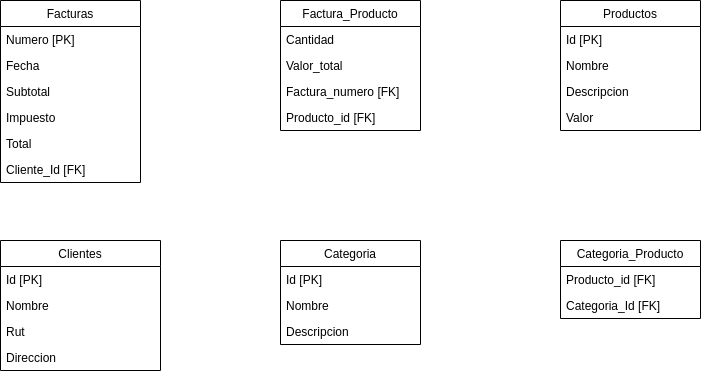
Above: diagramaLogico1.png in cratulas/Prueba_bases_de_datos (draw.io), before the change. Source tidied: cells renumbered, new cells last; positions are measured from the earlier drawing's top-left corner, leaving out a move shared by most shapes.
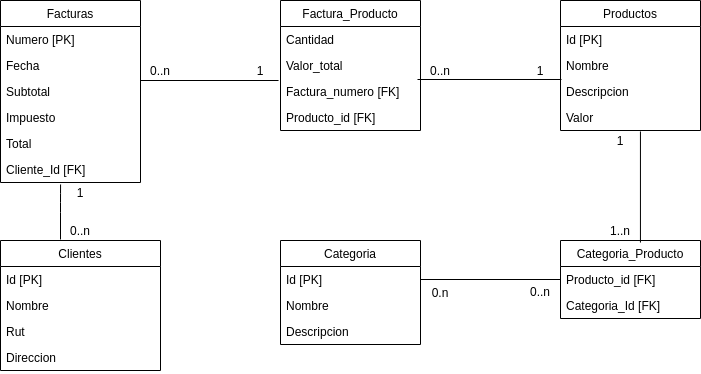
The same file after the commit.

The edit, as a diff of the source:
```diff
@@ -89,5 +89,58 @@
     <mxCell id="30" value="Descripcion" style="text;strokeColor=none;fillColor=none;align=left;verticalAlign=top;spacingLeft=4;spacingRight=4;overflow=hidden;" parent="27" vertex="1">
       <mxGeometry y="78" width="140" height="26" as="geometry" />
     </mxCell>
+    <mxCell id="31" style="endArrow=none;html=1;entryX=0.429;entryY=1.077;entryDx=0;entryDy=0;entryPerimeter=0;exitX=0.375;exitY=-0.008;exitDx=0;exitDy=0;exitPerimeter=0;" parent="1" edge="1" source="2" target="18">
+      <mxGeometry relative="1" as="geometry">
+        <Array as="points">
+          <mxPoint x="60" y="202" />
+        </Array>
+      </mxGeometry>
+    </mxCell>
+    <mxCell id="32" style="endArrow=none;html=1;entryX=0;entryY=0.5;entryDx=0;entryDy=0;exitX=1;exitY=0.5;exitDx=0;exitDy=0;" parent="1" edge="1" source="28" target="25">
+      <mxGeometry relative="1" as="geometry" />
+    </mxCell>
+    <mxCell id="33" style="endArrow=none;html=1;entryX=0.571;entryY=1.038;entryDx=0;entryDy=0;entryPerimeter=0;exitX=0.571;exitY=0.026;exitDx=0;exitDy=0;exitPerimeter=0;" parent="1" edge="1" source="24" target="23">
+      <mxGeometry relative="1" as="geometry" />
+    </mxCell>
+    <mxCell id="34" style="endArrow=none;html=1;entryX=0.007;entryY=0.038;entryDx=0;entryDy=0;entryPerimeter=0;" parent="1" edge="1" target="22">
+      <mxGeometry relative="1" as="geometry">
+        <mxPoint x="417" y="79" as="sourcePoint" />
+      </mxGeometry>
+    </mxCell>
+    <mxCell id="35" style="endArrow=none;html=1;entryX=-0.014;entryY=0.077;entryDx=0;entryDy=0;entryPerimeter=0;" parent="1" edge="1" target="10">
+      <mxGeometry relative="1" as="geometry">
+        <mxPoint x="140" y="80" as="sourcePoint" />
+      </mxGeometry>
+    </mxCell>
+    <mxCell id="36" value="0..n" style="text;html=1;strokeColor=none;fillColor=none;align=center;verticalAlign=middle;whiteSpace=wrap;rounded=0;" parent="1" vertex="1">
+      <mxGeometry x="140" y="60" width="40" height="20" as="geometry" />
+    </mxCell>
+    <mxCell id="37" value="1" style="text;html=1;strokeColor=none;fillColor=none;align=center;verticalAlign=middle;whiteSpace=wrap;rounded=0;" parent="1" vertex="1">
+      <mxGeometry x="240" y="60" width="40" height="20" as="geometry" />
+    </mxCell>
+    <mxCell id="38" value="0..n" style="text;html=1;strokeColor=none;fillColor=none;align=center;verticalAlign=middle;whiteSpace=wrap;rounded=0;" parent="1" vertex="1">
+      <mxGeometry x="420" y="60" width="40" height="20" as="geometry" />
+    </mxCell>
+    <mxCell id="39" value="1" style="text;html=1;strokeColor=none;fillColor=none;align=center;verticalAlign=middle;whiteSpace=wrap;rounded=0;" parent="1" vertex="1">
+      <mxGeometry x="520" y="60" width="40" height="20" as="geometry" />
+    </mxCell>
+    <mxCell id="40" value="1" style="text;html=1;strokeColor=none;fillColor=none;align=center;verticalAlign=middle;whiteSpace=wrap;rounded=0;" parent="1" vertex="1">
+      <mxGeometry x="600" y="130" width="40" height="20" as="geometry" />
+    </mxCell>
+    <mxCell id="41" value="1..n" style="text;html=1;strokeColor=none;fillColor=none;align=center;verticalAlign=middle;whiteSpace=wrap;rounded=0;" parent="1" vertex="1">
+      <mxGeometry x="600" y="220" width="40" height="20" as="geometry" />
+    </mxCell>
+    <mxCell id="42" value="0.n" style="text;html=1;strokeColor=none;fillColor=none;align=center;verticalAlign=middle;whiteSpace=wrap;rounded=0;" parent="1" vertex="1">
+      <mxGeometry x="420" y="282" width="40" height="20" as="geometry" />
+    </mxCell>
+    <mxCell id="43" value="0..n" style="text;html=1;strokeColor=none;fillColor=none;align=center;verticalAlign=middle;whiteSpace=wrap;rounded=0;" parent="1" vertex="1">
+      <mxGeometry x="520" y="282" width="40" height="18" as="geometry" />
+    </mxCell>
+    <mxCell id="44" value="1" style="text;html=1;strokeColor=none;fillColor=none;align=center;verticalAlign=middle;whiteSpace=wrap;rounded=0;" parent="1" vertex="1">
+      <mxGeometry x="60" y="182" width="40" height="20" as="geometry" />
+    </mxCell>
+    <mxCell id="45" value="0..n" style="text;html=1;strokeColor=none;fillColor=none;align=center;verticalAlign=middle;whiteSpace=wrap;rounded=0;" parent="1" vertex="1">
+      <mxGeometry x="60" y="220" width="40" height="20" as="geometry" />
+    </mxCell>
   </root>
 </mxGraphModel>
```
